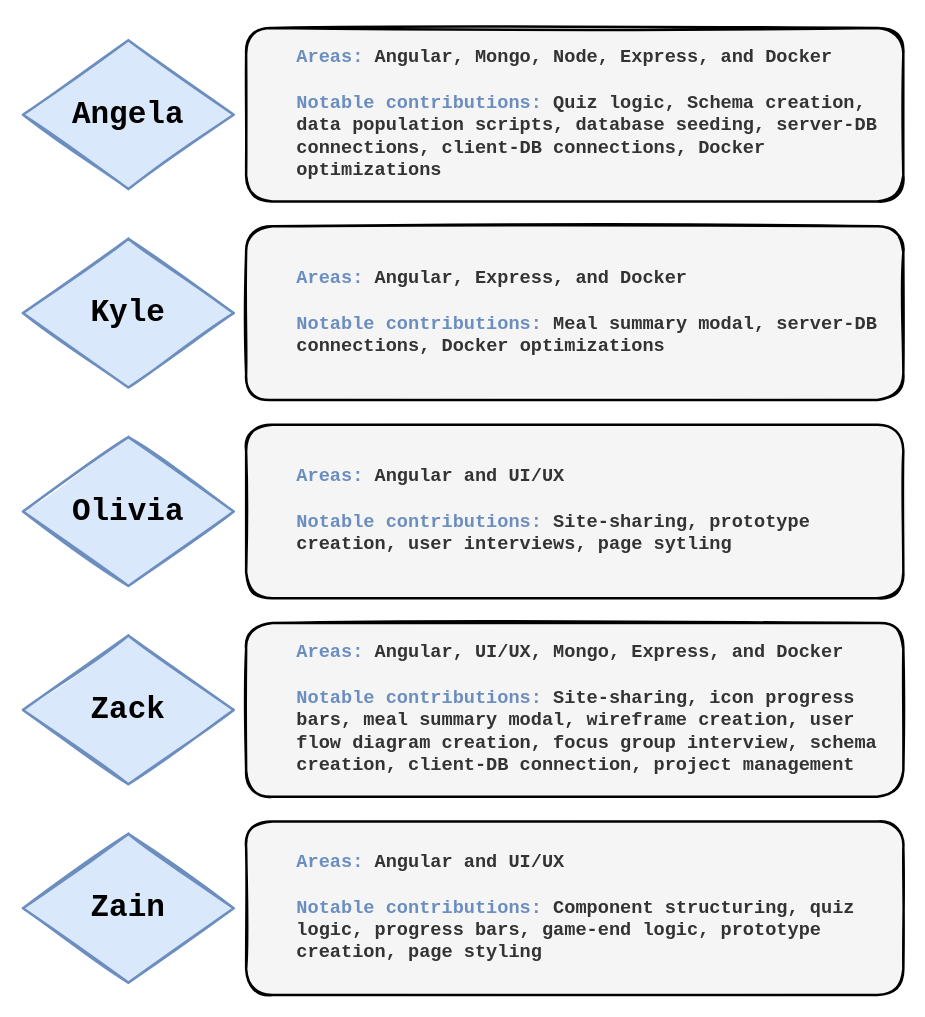
kesteckb/COMSM-SEGP keeps this draw.io diagram as SprintsAndProjectManagement/TeamRoles.drawio. Above is the earlier version. Source tidied: cells renumbered, new cells numbered last; positions are measured from the earlier drawing's top-left corner, leaving out a move shared by most shapes. Both pictures are drawn from the tidied source at 124%, with x=0, y=0 at pixel (22, 27).
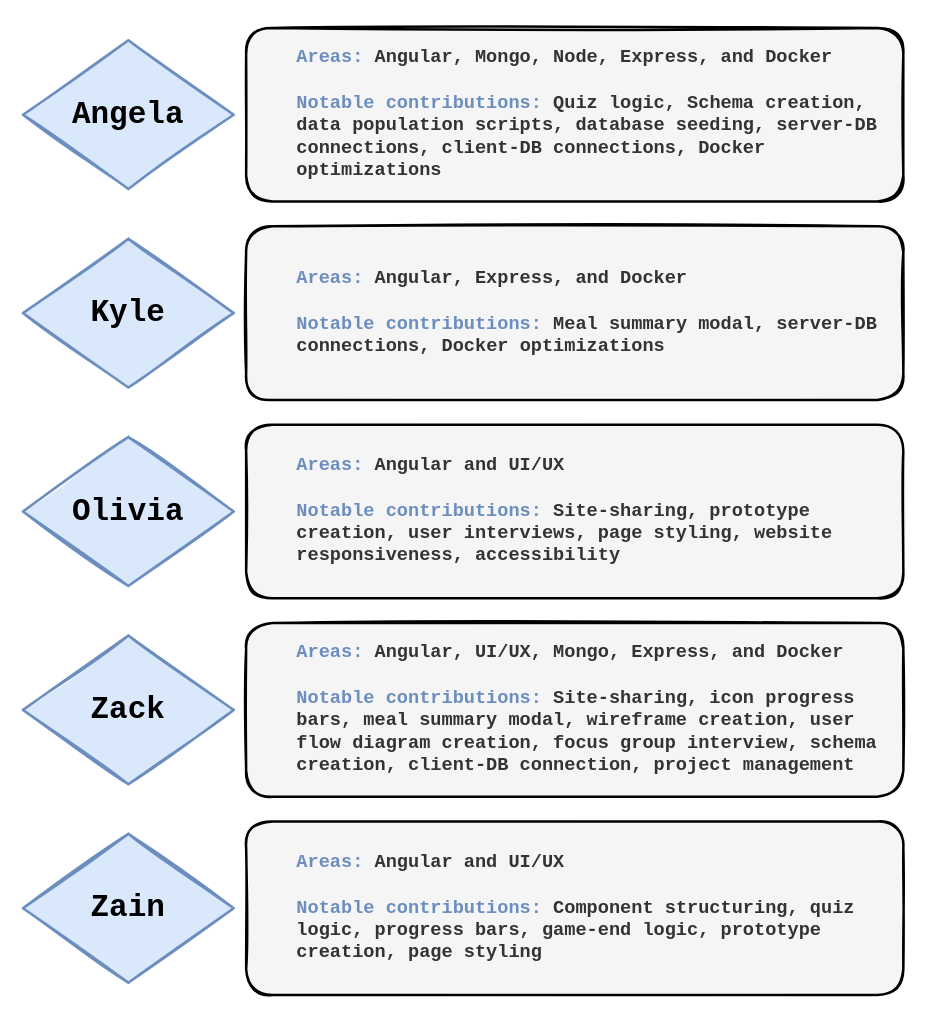
After the change.

Diff of the diagram source:
```diff
@@
 <mxGraphModel background="#ffffff">
   <root>
     <mxCell id="0" />
     <mxCell id="1" parent="0" />
     <mxCell id="2" style="group;" parent="1" vertex="1">
       <mxGeometry width="710" height="140" as="geometry" />
     </mxCell>
     <mxCell id="3" value="Angela" style="rhombus;whiteSpace=wrap;html=1;strokeWidth=2;fillWeight=-1;hachureGap=8;fillStyle=solid;fillColor=#dae8fc;sketch=1;strokeColor=#6c8ebf;fontFamily=Courier New;fontSize=25;fontStyle=1;" parent="2" vertex="1">
       <mxGeometry y="10" width="170" height="120" as="geometry" />
     </mxCell>
     <mxCell id="4" value="&lt;blockquote style=&quot;margin: 0 0 0 40px ; border: none ; padding: 0px&quot;&gt;&lt;h4 style=&quot;text-align: left ; font-size: 15px&quot;&gt;&lt;span style=&quot;background-color: transparent&quot;&gt;&lt;b&gt;&lt;font color=&quot;#6c8ebf&quot;&gt;Areas:&lt;/font&gt;&lt;/b&gt; Angular, Mongo, Node, Express, and Docker&amp;nbsp;&lt;/span&gt;&lt;/h4&gt;&lt;/blockquote&gt;&lt;blockquote style=&quot;margin: 0 0 0 40px ; border: none ; padding: 0px&quot;&gt;&lt;h4 style=&quot;text-align: left ; font-size: 15px&quot;&gt;&lt;span style=&quot;background-color: transparent&quot;&gt;&lt;b&gt;&lt;font color=&quot;#6c8ebf&quot;&gt;Notable contributions:&lt;/font&gt;&lt;/b&gt; Quiz logic, S&lt;/span&gt;&lt;span id=&quot;docs-internal-guid-f27823e3-7fff-ded0-3d35-f19b5ccfe4a0&quot; style=&quot;background-color: transparent&quot;&gt;&lt;span style=&quot;background-color: transparent ; vertical-align: baseline&quot;&gt;chema creation, data population scripts, database seeding,&amp;nbsp;&lt;/span&gt;&lt;/span&gt;&lt;span id=&quot;docs-internal-guid-c085d38c-7fff-3500-46eb-7625acbe48f7&quot; style=&quot;background-color: transparent&quot;&gt;&lt;span style=&quot;background-color: transparent ; vertical-align: baseline&quot;&gt;server-DB connections, client-DB&amp;nbsp;&lt;/span&gt;&lt;/span&gt;&lt;span id=&quot;docs-internal-guid-3888b3c0-7fff-6b13-a031-0857b978a1e6&quot; style=&quot;background-color: transparent&quot;&gt;&lt;span style=&quot;background-color: transparent ; vertical-align: baseline&quot;&gt;connections, Docker optimizations&lt;/span&gt;&lt;/span&gt;&lt;/h4&gt;&lt;/blockquote&gt;" style="rounded=1;whiteSpace=wrap;html=1;strokeWidth=2;fillWeight=4;hachureGap=8;hachureAngle=45;sketch=1;fontFamily=Courier New;fontSize=25;fillStyle=solid;fillColor=#f5f5f5;fontColor=#333333;" parent="2" vertex="1">
       <mxGeometry x="180" width="530" height="140" as="geometry" />
     </mxCell>
     <mxCell id="5" style="group;" parent="1" vertex="1">
       <mxGeometry y="160" width="710" height="140" as="geometry" />
     </mxCell>
     <mxCell id="6" value="Kyle" style="rhombus;whiteSpace=wrap;html=1;strokeWidth=2;fillWeight=-1;hachureGap=8;fillStyle=solid;fillColor=#dae8fc;sketch=1;strokeColor=#6c8ebf;fontFamily=Courier New;fontSize=25;fontStyle=1;" parent="5" vertex="1">
       <mxGeometry y="10" width="170" height="120" as="geometry" />
     </mxCell>
     <mxCell id="7" value="&lt;blockquote style=&quot;margin: 0 0 0 40px ; border: none ; padding: 0px&quot;&gt;&lt;h4 style=&quot;text-align: left ; font-size: 15px&quot;&gt;&lt;span style=&quot;background-color: transparent&quot;&gt;&lt;b&gt;&lt;font color=&quot;#6c8ebf&quot;&gt;Areas:&lt;/font&gt;&lt;/b&gt; Angular, Express, and Docker&amp;nbsp;&lt;/span&gt;&lt;/h4&gt;&lt;/blockquote&gt;&lt;blockquote style=&quot;margin: 0 0 0 40px ; border: none ; padding: 0px&quot;&gt;&lt;h4 style=&quot;text-align: left ; font-size: 15px&quot;&gt;&lt;span style=&quot;background-color: transparent&quot;&gt;&lt;b&gt;&lt;font color=&quot;#6c8ebf&quot;&gt;Notable contributions:&lt;/font&gt;&lt;/b&gt;&amp;nbsp;Meal summary modal, server-DB connections&lt;/span&gt;&lt;span id=&quot;docs-internal-guid-f27823e3-7fff-ded0-3d35-f19b5ccfe4a0&quot; style=&quot;background-color: transparent&quot;&gt;&lt;span style=&quot;background-color: transparent ; vertical-align: baseline&quot;&gt;,&lt;/span&gt;&lt;/span&gt;&lt;span id=&quot;docs-internal-guid-3888b3c0-7fff-6b13-a031-0857b978a1e6&quot; style=&quot;background-color: transparent&quot;&gt;&lt;span style=&quot;background-color: transparent ; vertical-align: baseline&quot;&gt;&amp;nbsp;Docker optimizations&lt;/span&gt;&lt;/span&gt;&lt;/h4&gt;&lt;/blockquote&gt;" style="rounded=1;whiteSpace=wrap;html=1;strokeWidth=2;fillWeight=4;hachureGap=8;hachureAngle=45;sketch=1;fontFamily=Courier New;fontSize=25;fillStyle=solid;fillColor=#f5f5f5;fontColor=#333333;" parent="5" vertex="1">
       <mxGeometry x="180" width="530" height="140" as="geometry" />
     </mxCell>
     <mxCell id="8" style="group;" parent="1" vertex="1">
       <mxGeometry y="320" width="710" height="140" as="geometry" />
     </mxCell>
     <mxCell id="9" value="Olivia" style="rhombus;whiteSpace=wrap;html=1;strokeWidth=2;fillWeight=-1;hachureGap=8;fillStyle=solid;fillColor=#dae8fc;sketch=1;strokeColor=#6c8ebf;fontFamily=Courier New;fontSize=25;fontStyle=1;" parent="8" vertex="1">
       <mxGeometry y="10" width="170" height="120" as="geometry" />
     </mxCell>
-    <mxCell id="10" value="&lt;blockquote style=&quot;margin: 0 0 0 40px ; border: none ; padding: 0px&quot;&gt;&lt;h4 style=&quot;text-align: left ; font-size: 15px&quot;&gt;&lt;span style=&quot;background-color: transparent&quot;&gt;&lt;b&gt;&lt;font color=&quot;#6c8ebf&quot;&gt;Areas:&lt;/font&gt;&lt;/b&gt; Angular and UI/UX&amp;nbsp;&lt;/span&gt;&lt;/h4&gt;&lt;/blockquote&gt;&lt;blockquote style=&quot;margin: 0 0 0 40px ; border: none ; padding: 0px&quot;&gt;&lt;h4 style=&quot;text-align: left ; font-size: 15px&quot;&gt;&lt;span style=&quot;background-color: transparent&quot;&gt;&lt;b&gt;&lt;font color=&quot;#6c8ebf&quot;&gt;Notable contributions:&lt;/font&gt;&lt;/b&gt;&amp;nbsp;Site-sharing, prototype creation, user interviews, page sytling&lt;/span&gt;&lt;/h4&gt;&lt;/blockquote&gt;" style="rounded=1;whiteSpace=wrap;html=1;strokeWidth=2;fillWeight=4;hachureGap=8;hachureAngle=45;sketch=1;fontFamily=Courier New;fontSize=25;fillStyle=solid;fillColor=#f5f5f5;fontColor=#333333;" parent="8" vertex="1">
+    <mxCell id="10" value="&lt;blockquote style=&quot;margin: 0 0 0 40px ; border: none ; padding: 0px&quot;&gt;&lt;h4 style=&quot;text-align: left ; font-size: 15px&quot;&gt;&lt;span style=&quot;background-color: transparent&quot;&gt;&lt;b&gt;&lt;font color=&quot;#6c8ebf&quot;&gt;Areas:&lt;/font&gt;&lt;/b&gt; Angular and UI/UX&amp;nbsp;&lt;/span&gt;&lt;/h4&gt;&lt;/blockquote&gt;&lt;blockquote style=&quot;margin: 0 0 0 40px ; border: none ; padding: 0px&quot;&gt;&lt;h4 style=&quot;text-align: left ; font-size: 15px&quot;&gt;&lt;span style=&quot;background-color: transparent&quot;&gt;&lt;b&gt;&lt;font color=&quot;#6c8ebf&quot;&gt;Notable contributions:&lt;/font&gt;&lt;/b&gt;&amp;nbsp;Site-sharing, prototype creation, user interviews, page styling, website responsiveness, accessibility&lt;/span&gt;&lt;/h4&gt;&lt;/blockquote&gt;" style="rounded=1;whiteSpace=wrap;html=1;strokeWidth=2;fillWeight=4;hachureGap=8;hachureAngle=45;sketch=1;fontFamily=Courier New;fontSize=25;fillStyle=solid;fillColor=#f5f5f5;fontColor=#333333;" parent="8" vertex="1">
       <mxGeometry x="180" width="530" height="140" as="geometry" />
     </mxCell>
     <mxCell id="11" style="group;" parent="1" vertex="1">
       <mxGeometry y="480" width="710" height="140" as="geometry" />
     </mxCell>
     <mxCell id="12" value="Zack" style="rhombus;whiteSpace=wrap;html=1;strokeWidth=2;fillWeight=-1;hachureGap=8;fillStyle=solid;fillColor=#dae8fc;sketch=1;strokeColor=#6c8ebf;fontFamily=Courier New;fontSize=25;fontStyle=1;" parent="11" vertex="1">
       <mxGeometry y="10" width="170" height="120" as="geometry" />
     </mxCell>
     <mxCell id="13" value="&lt;blockquote style=&quot;margin: 0 0 0 40px ; border: none ; padding: 0px&quot;&gt;&lt;h4 style=&quot;text-align: left ; font-size: 15px&quot;&gt;&lt;span style=&quot;background-color: transparent&quot;&gt;&lt;b&gt;&lt;font color=&quot;#6c8ebf&quot;&gt;Areas:&lt;/font&gt;&lt;/b&gt; Angular, UI/UX, Mongo, Express, and Docker&amp;nbsp;&lt;/span&gt;&lt;/h4&gt;&lt;/blockquote&gt;&lt;blockquote style=&quot;margin: 0 0 0 40px ; border: none ; padding: 0px&quot;&gt;&lt;h4 style=&quot;text-align: left ; font-size: 15px&quot;&gt;&lt;span style=&quot;background-color: transparent&quot;&gt;&lt;b&gt;&lt;font color=&quot;#6c8ebf&quot;&gt;Notable contributions:&lt;/font&gt;&lt;/b&gt;&amp;nbsp;Site-sharing, icon progress bars, meal summary modal, wireframe creation, user flow diagram creation, focus group interview, schema creation, client-DB connection, project management&lt;/span&gt;&lt;/h4&gt;&lt;/blockquote&gt;" style="rounded=1;whiteSpace=wrap;html=1;strokeWidth=2;fillWeight=4;hachureGap=8;hachureAngle=45;sketch=1;fontFamily=Courier New;fontSize=25;fillStyle=solid;fillColor=#f5f5f5;fontColor=#333333;" parent="11" vertex="1">
       <mxGeometry x="180" width="530" height="140" as="geometry" />
     </mxCell>
     <mxCell id="14" style="group;" parent="1" vertex="1">
       <mxGeometry y="640" width="710" height="140" as="geometry" />
     </mxCell>
     <mxCell id="15" value="Zain" style="rhombus;whiteSpace=wrap;html=1;strokeWidth=2;fillWeight=-1;hachureGap=8;fillStyle=solid;fillColor=#dae8fc;sketch=1;strokeColor=#6c8ebf;fontFamily=Courier New;fontSize=25;fontStyle=1;" parent="14" vertex="1">
       <mxGeometry y="10" width="170" height="120" as="geometry" />
     </mxCell>
     <mxCell id="16" value="&lt;blockquote style=&quot;margin: 0 0 0 40px ; border: none ; padding: 0px&quot;&gt;&lt;h4 style=&quot;text-align: left ; font-size: 15px&quot;&gt;&lt;span style=&quot;background-color: transparent&quot;&gt;&lt;b&gt;&lt;font color=&quot;#6c8ebf&quot;&gt;Areas:&lt;/font&gt;&lt;/b&gt; Angular and UI/UX&amp;nbsp;&lt;/span&gt;&lt;/h4&gt;&lt;/blockquote&gt;&lt;blockquote style=&quot;margin: 0 0 0 40px ; border: none ; padding: 0px&quot;&gt;&lt;h4 style=&quot;text-align: left ; font-size: 15px&quot;&gt;&lt;span style=&quot;background-color: transparent&quot;&gt;&lt;b&gt;&lt;font color=&quot;#6c8ebf&quot;&gt;Notable contributions:&lt;/font&gt;&lt;/b&gt;&amp;nbsp;Component structuring, quiz logic, progress bars, game-end logic, prototype creation, page styling&lt;/span&gt;&lt;/h4&gt;&lt;/blockquote&gt;" style="rounded=1;whiteSpace=wrap;html=1;strokeWidth=2;fillWeight=4;hachureGap=8;hachureAngle=45;sketch=1;fontFamily=Courier New;fontSize=25;fillStyle=solid;fillColor=#f5f5f5;fontColor=#333333;" parent="14" vertex="1">
       <mxGeometry x="180" width="530" height="140" as="geometry" />
     </mxCell>
   </root>
 </mxGraphModel>
```
